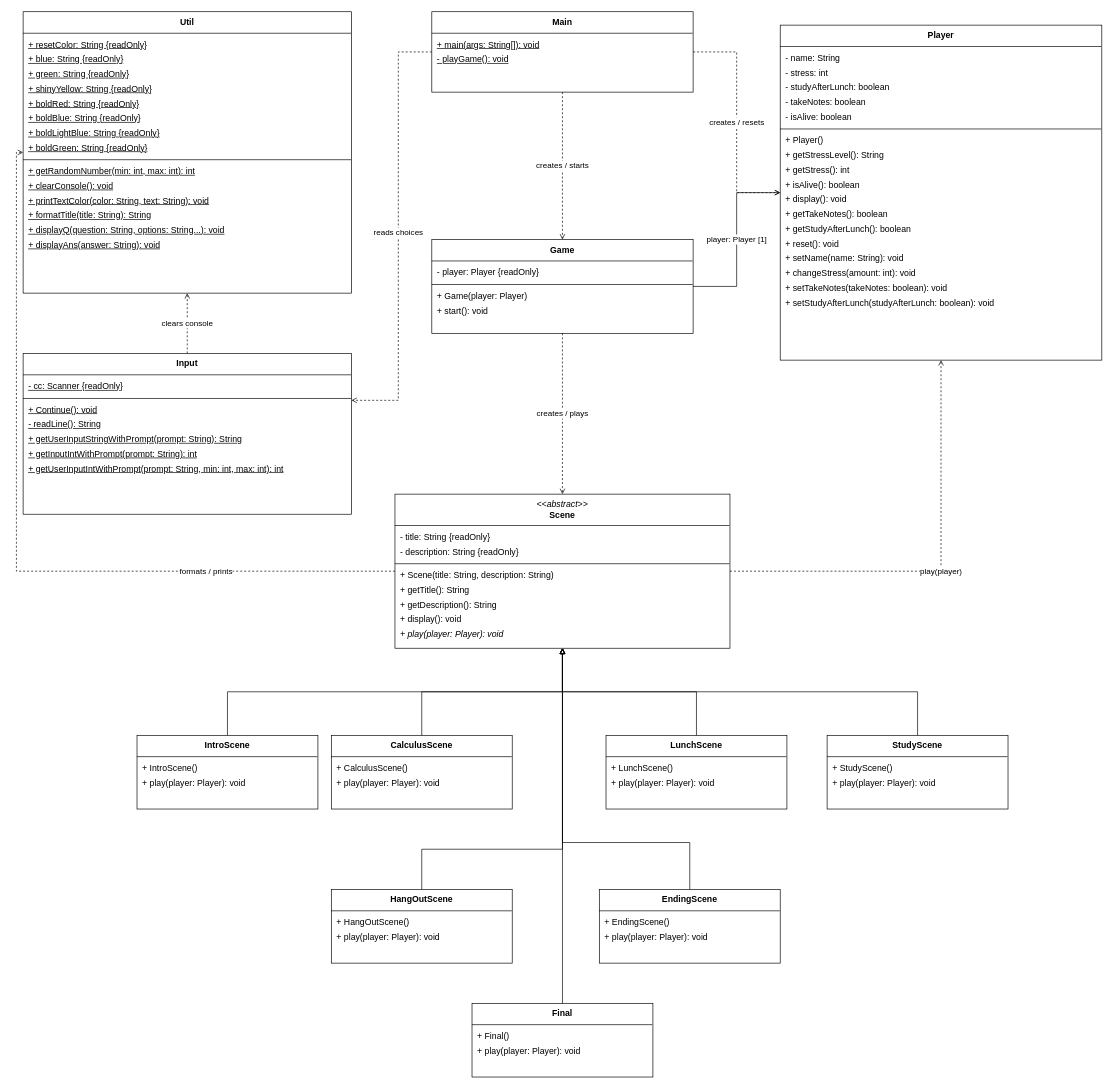
Before: .idea/UML Diagram.drawio in lin-zaw112/cs_adventure, a draw.io diagram. Source tidied: cells renumbered, new cells numbered last; positions are measured from the earlier drawing's top-left corner, leaving out a move shared by most shapes. Both pictures are drawn from the tidied source at 67%, with x=0, y=0 at pixel (16, 11).
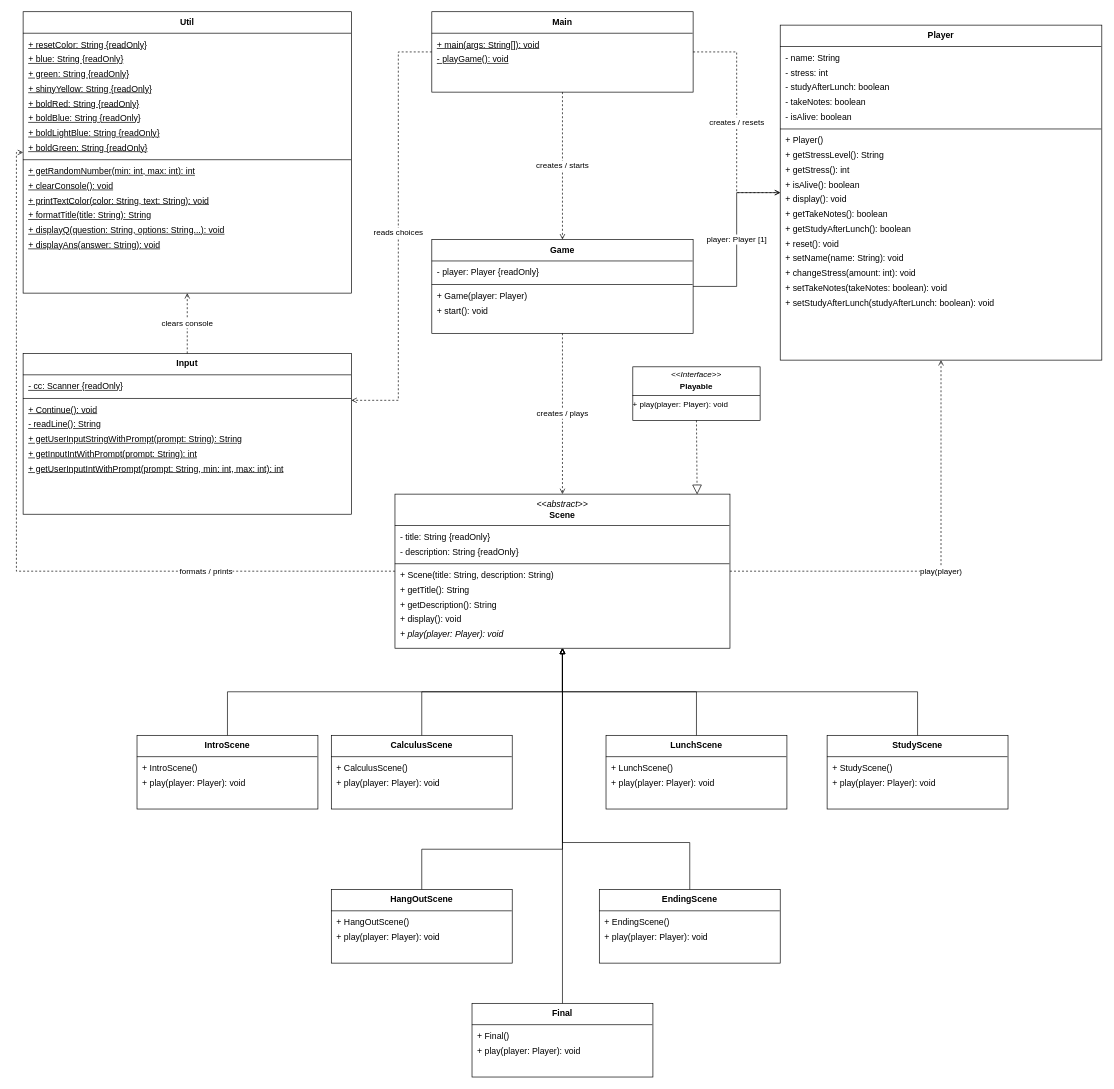
Above is the later version.

Unchanged cells that the change refers to:
```xml
<mxCell id="7" value="&lt;div style=&quot;padding:8px;text-align:center;font-weight:bold;&quot;&gt;&lt;div style=&quot;font-weight:normal;font-style:italic;&quot;&gt;&amp;lt;&amp;lt;abstract&amp;gt;&amp;gt;&lt;/div&gt;Scene&lt;/div&gt;&lt;div style=&quot;border-top:1px solid;padding:6px 8px;&quot;&gt;&lt;div style=&quot;line-height:22px;&quot;&gt;- title: String {readOnly}&lt;/div&gt;&lt;div style=&quot;line-height:22px;&quot;&gt;- description: String {readOnly}&lt;/div&gt;&lt;/div&gt;&lt;div style=&quot;border-top:1px solid;padding:6px 8px;&quot;&gt;&lt;div style=&quot;line-height:22px;&quot;&gt;+ Scene(title: String, description: String)&lt;/div&gt;&lt;div style=&quot;line-height:22px;&quot;&gt;+ getTitle(): String&lt;/div&gt;&lt;div style=&quot;line-height:22px;&quot;&gt;+ getDescription(): String&lt;/div&gt;&lt;div style=&quot;line-height:22px;&quot;&gt;+ display(): void&lt;/div&gt;&lt;div style=&quot;line-height:22px;&quot;&gt;&lt;i&gt;+ play(player: Player): void&lt;/i&gt;&lt;/div&gt;&lt;/div&gt;" style="verticalAlign=top;align=left;overflow=fill;html=1;whiteSpace=wrap;fontSize=13;spacing=0;" parent="1" vertex="1">
  <mxGeometry x="565" y="720" width="500" height="230" as="geometry" />
</mxCell>
```

Change to the diagram source:
```diff
@@
+    <mxCell id="30" value="&lt;p style=&quot;margin:0px;margin-top:4px;text-align:center;&quot;&gt;&lt;i&gt;&amp;lt;&amp;lt;Interface&amp;gt;&amp;gt;&lt;/i&gt;&lt;/p&gt;&lt;p style=&quot;margin:0px;margin-top:4px;text-align:center;&quot;&gt;&lt;b&gt;Playable&lt;/b&gt;&lt;/p&gt;&lt;hr size=&quot;1&quot; style=&quot;border-style:solid;&quot;&gt;+ play(player: Player): void" style="verticalAlign=top;align=left;overflow=fill;html=1;whiteSpace=wrap;" parent="1" vertex="1">
+      <mxGeometry x="920" y="530" width="190" height="80" as="geometry" />
+    </mxCell>
+    <mxCell id="31" style="endArrow=block;dashed=1;endFill=0;endSize=12;html=1;rounded=0;defaultLabelBackgroundColor=page;labelPadding=0 4;exitX=0.5;exitY=1;exitDx=0;exitDy=0;entryX=0.902;entryY=0.002;entryDx=0;entryDy=0;entryPerimeter=0;" parent="1" edge="1" source="30" target="7">
+      <mxGeometry relative="1" as="geometry" />
+    </mxCell>
```
